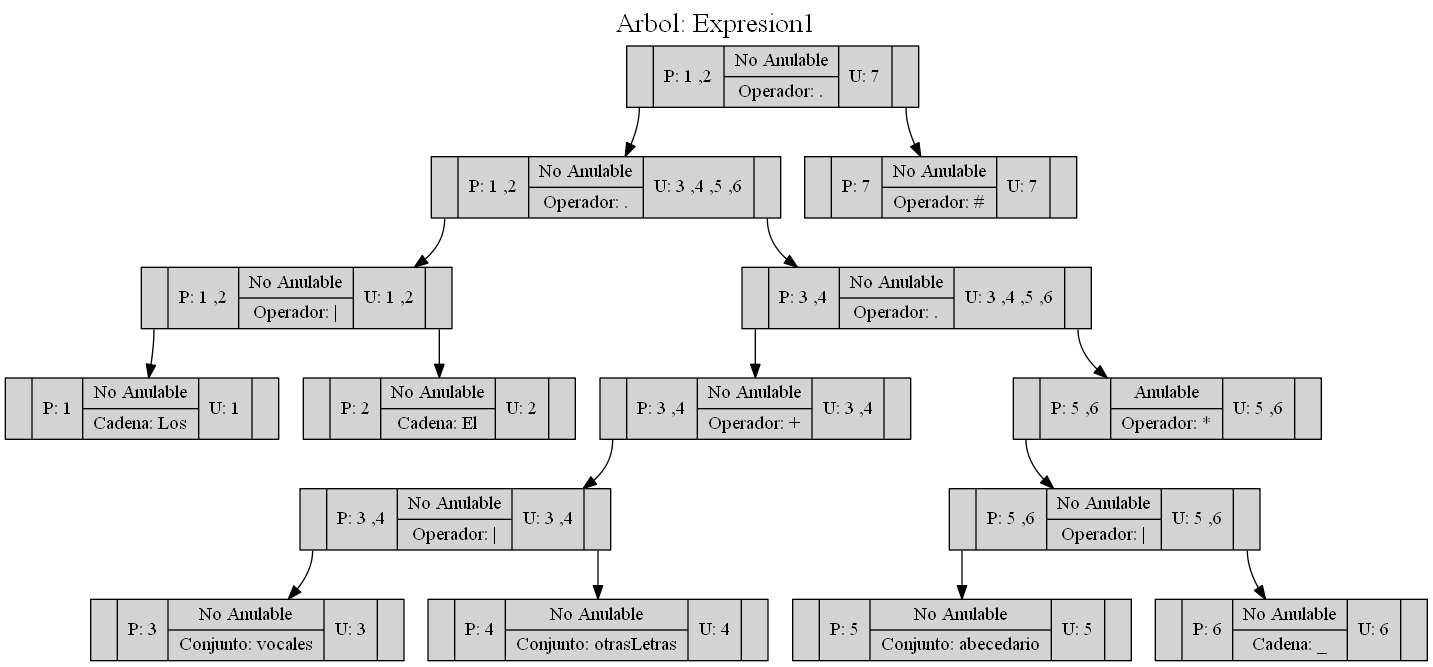
Before: OLC1_Practica1_201701133/Arbol0.png, a diagram exported from Graphviz (SelvinLP/-OLC1-Practica1_201701133). Its source is kept beside it as OLC1_Practica1_201701133/Arbol0.dot.
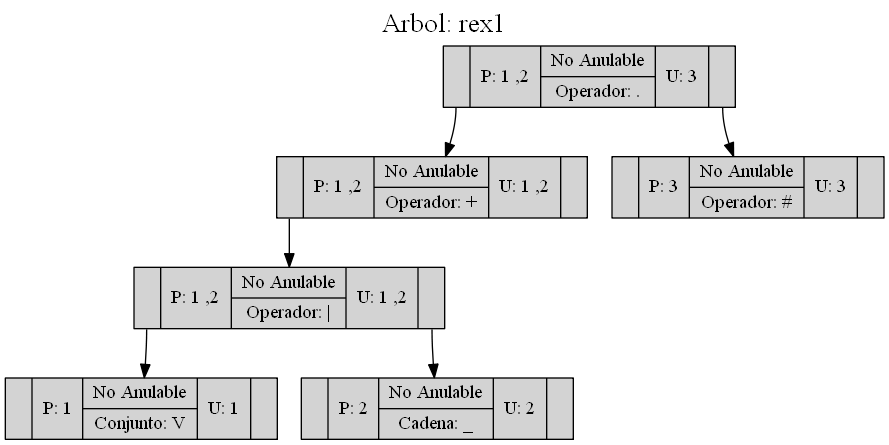
The same diagram one commit later.

Diff of the diagram source:
```diff
@@ -1,34 +1,16 @@
 digraph ARBOL {
-graph [label="Arbol: Expresion1", labelloc=t, fontsize=20]; rankdir=TB
+graph [label="Arbol: rex1", labelloc=t, fontsize=20]; rankdir=TB
 node[shape=record,style=filled]
-"0"[label ="<C0>|P: 1 ,2|{<C1>No Anulable|Operador: \.}|U: 7|<C2>"];
-"2"[label ="<C0>|P: 1 ,2|{<C1>No Anulable|Operador: \.}|U: 3 ,4 ,5 ,6|<C2>"];
+"0"[label ="<C0>|P: 1 ,2|{<C1>No Anulable|Operador: \.}|U: 3|<C2>"];
+"2"[label ="<C0>|P: 1 ,2|{<C1>No Anulable|Operador: \+}|U: 1 ,2|<C2>"];
 "4"[label ="<C0>|P: 1 ,2|{<C1>No Anulable|Operador: \|}|U: 1 ,2|<C2>"];
-"5"[label ="<C0>|P: 1|{<C1>No Anulable|Cadena: Los }|U: 1|<C2>"];
+"5"[label ="<C0>|P: 1|{<C1>No Anulable|Conjunto: V}|U: 1|<C2>"];
 "4":C0->"5";
-"6"[label ="<C0>|P: 2|{<C1>No Anulable|Cadena: El }|U: 2|<C2>"];
+"6"[label ="<C0>|P: 2|{<C1>No Anulable|Cadena: \_}|U: 2|<C2>"];
 "4":C2->"6";
 "2":C0->"4";
-"7"[label ="<C0>|P: 3 ,4|{<C1>No Anulable|Operador: \.}|U: 3 ,4 ,5 ,6|<C2>"];
-"8"[label ="<C0>|P: 3 ,4|{<C1>No Anulable|Operador: \+}|U: 3 ,4|<C2>"];
-"9"[label ="<C0>|P: 3 ,4|{<C1>No Anulable|Operador: \|}|U: 3 ,4|<C2>"];
-"10"[label ="<C0>|P: 3|{<C1>No Anulable|Conjunto: vocales}|U: 3|<C2>"];
-"9":C0->"10";
-"11"[label ="<C0>|P: 4|{<C1>No Anulable|Conjunto: otrasLetras}|U: 4|<C2>"];
-"9":C2->"11";
-"8":C0->"9";
-"7":C0->"8";
-"12"[label ="<C0>|P: 5 ,6|{<C1>Anulable|Operador: \*}|U: 5 ,6|<C2>"];
-"13"[label ="<C0>|P: 5 ,6|{<C1>No Anulable|Operador: \|}|U: 5 ,6|<C2>"];
-"14"[label ="<C0>|P: 5|{<C1>No Anulable|Conjunto: abecedario}|U: 5|<C2>"];
-"13":C0->"14";
-"15"[label ="<C0>|P: 6|{<C1>No Anulable|Cadena: \_}|U: 6|<C2>"];
-"13":C2->"15";
-"12":C0->"13";
-"7":C2->"12";
-"2":C2->"7";
 "0":C0->"2";
-"1"[label ="<C0>|P: 7|{<C1>No Anulable|Operador: \#}|U: 7|<C2>"];
+"1"[label ="<C0>|P: 3|{<C1>No Anulable|Operador: \#}|U: 3|<C2>"];
 "0":C2->"1";
 
 }
```
